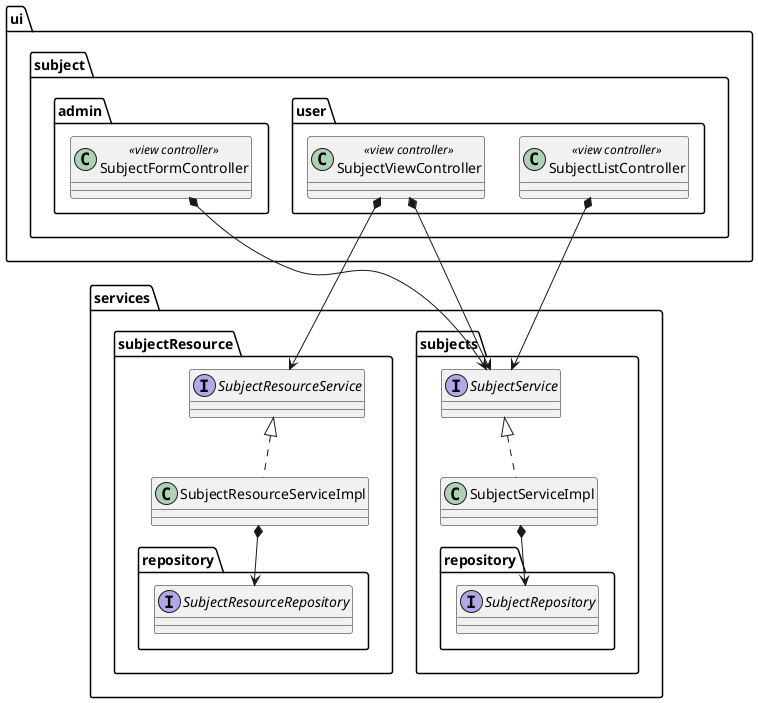
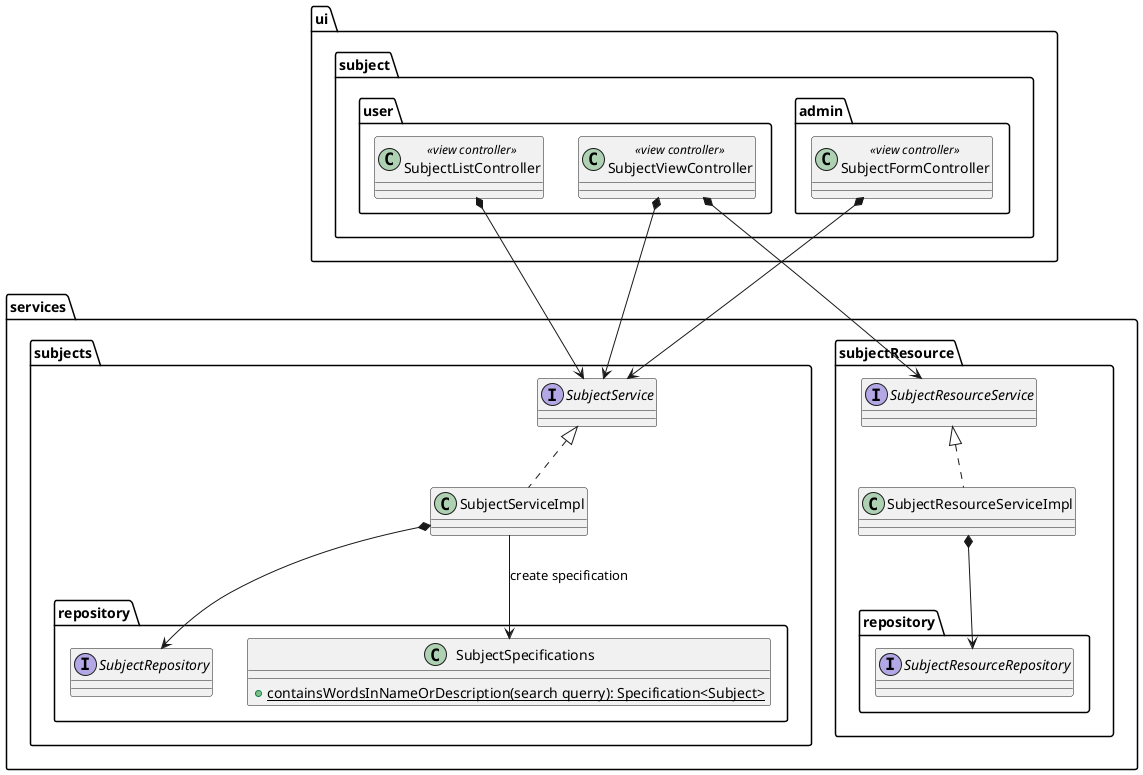
@startuml
package ui {
    package subject {
        package user {
            class SubjectListController <<view controller>>
            class SubjectViewController <<view controller>>
        }

        package admin {
            class SubjectFormController <<view controller>>
        }
    }
}

package services {
    package subjects {
        interface SubjectService
        class SubjectServiceImpl

        package repository {
            interface SubjectRepository
+             class SubjectSpecifications {
+                 + {static} containsWordsInNameOrDescription(search querry): Specification<Subject>
+             }
        }

        SubjectService <|.. SubjectServiceImpl
        SubjectServiceImpl *--> SubjectRepository
+         SubjectServiceImpl --> SubjectSpecifications: create specification
    }
    package subjectResource {
        interface SubjectResourceService
        class SubjectResourceServiceImpl

        package repository {
            interface SubjectResourceRepository
        }
        SubjectResourceService <|.. SubjectResourceServiceImpl
        SubjectResourceServiceImpl *--> SubjectResourceRepository
    }
}

SubjectListController *--> SubjectService
SubjectViewController *--> SubjectService
SubjectViewController *--> SubjectResourceService
SubjectFormController *--> SubjectService
@enduml